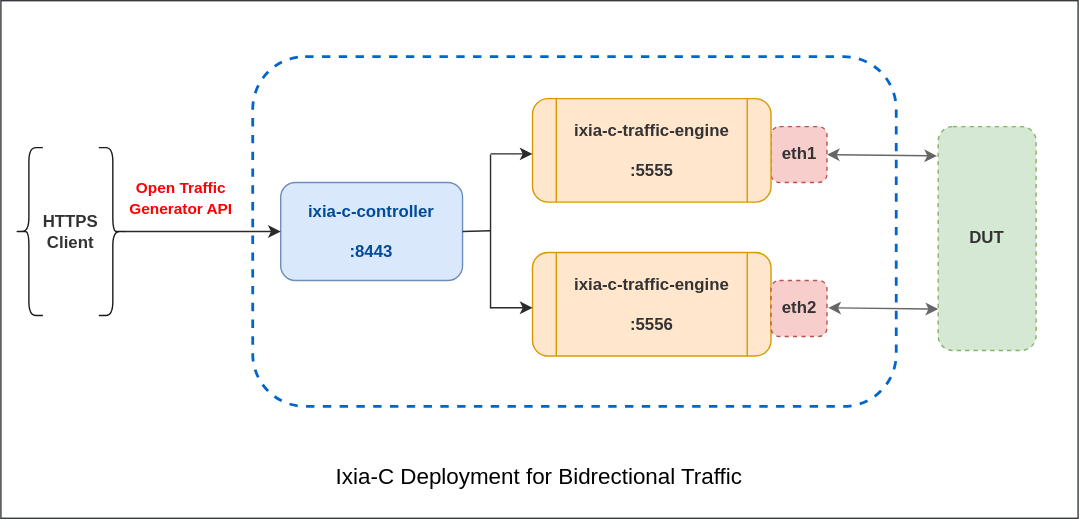
Before: docs/res/ixia-c.drawio.svg, a diagram exported from draw.io (open-traffic-generator/ixia-c). Source tidied: cells renumbered, new cells last; positions are measured from the earlier drawing's top-left corner, leaving out a move shared by most shapes. The source it was exported from:
```xml
<mxGraphModel>
  <root>
    <mxCell id="0" />
    <mxCell id="1" parent="0" />
    <mxCell id="2" style="edgeStyle=orthogonalEdgeStyle;rounded=0;orthogonalLoop=1;jettySize=auto;html=1;strokeColor=#666666;strokeWidth=1;" parent="1" edge="1">
      <mxGeometry relative="1" as="geometry">
        <mxPoint x="840" y="276" as="sourcePoint" />
      </mxGeometry>
    </mxCell>
    <mxCell id="3" style="rounded=0;whiteSpace=wrap;html=1;fillColor=#FFFFFF;strokeColor=#36393d;fontStyle=1;" parent="1" vertex="1">
      <mxGeometry width="770" height="370" as="geometry" />
    </mxCell>
    <mxCell id="4" style="rounded=1;whiteSpace=wrap;html=1;strokeWidth=2;dashed=1;strokeColor=#0066CC;fillColor=none;" parent="1" vertex="1">
      <mxGeometry x="180" y="40" width="460" height="250" as="geometry" />
    </mxCell>
    <mxCell id="5" value="&lt;font color=&quot;#333333&quot;&gt;&lt;b&gt;eth1&lt;/b&gt;&lt;br&gt;&lt;/font&gt;" style="rounded=1;whiteSpace=wrap;html=1;strokeColor=#b85450;strokeWidth=1;fillColor=#f8cecc;dashed=1;" parent="1" vertex="1">
      <mxGeometry x="550.5" y="90" width="40" height="40" as="geometry" />
    </mxCell>
    <mxCell id="6" style="endArrow=classic;startArrow=classic;html=1;strokeWidth=1;strokeColor=#666666;entryX=-0.012;entryY=0.131;entryDx=0;entryDy=0;entryPerimeter=0;" parent="1" edge="1" target="7">
      <mxGeometry relative="1" as="geometry">
        <mxPoint x="590.5" y="110" as="sourcePoint" />
      </mxGeometry>
    </mxCell>
    <mxCell id="7" value="&lt;font color=&quot;#333333&quot;&gt;&lt;b&gt;DUT&lt;/b&gt;&lt;/font&gt;" style="rounded=1;whiteSpace=wrap;html=1;fillColor=#d5e8d4;strokeColor=#82b366;dashed=1;" parent="1" vertex="1">
      <mxGeometry x="670" y="90" width="70" height="160" as="geometry" />
    </mxCell>
    <mxCell id="8" value="&lt;b&gt;&lt;font color=&quot;#004c99&quot;&gt;ixia-c-controller&lt;br&gt;&lt;br&gt;:8443&lt;br&gt;&lt;/font&gt;&lt;/b&gt;" style="rounded=1;whiteSpace=wrap;html=1;fillColor=#dae8fc;strokeColor=#6c8ebf;" parent="1" vertex="1">
      <mxGeometry x="200" y="130" width="130" height="70" as="geometry" />
    </mxCell>
    <mxCell id="9" style="shape=curlyBracket;whiteSpace=wrap;html=1;rounded=1;strokeColor=#1A1A1A;" parent="1" vertex="1">
      <mxGeometry x="10" y="105" width="20" height="120" as="geometry" />
    </mxCell>
    <mxCell id="10" style="shape=curlyBracket;whiteSpace=wrap;html=1;rounded=1;strokeColor=#1A1A1A;rotation=-180;" parent="1" vertex="1">
      <mxGeometry x="70" y="105" width="20" height="120" as="geometry" />
    </mxCell>
    <mxCell id="11" value="&lt;font color=&quot;#333333&quot;&gt;&lt;b&gt;HTTPS&lt;br&gt;Client&lt;br&gt;&lt;/b&gt;&lt;/font&gt;" style="text;html=1;strokeColor=none;fillColor=none;align=center;verticalAlign=middle;whiteSpace=wrap;rounded=0;" parent="1" vertex="1">
      <mxGeometry x="30" y="155" width="40" height="20" as="geometry" />
    </mxCell>
    <mxCell id="12" style="endArrow=classic;startArrow=none;html=1;strokeColor=#2a2a2a;fontColor=#333333;startFill=0;exitX=0.1;exitY=0.5;exitDx=0;exitDy=0;exitPerimeter=0;" parent="1" edge="1" source="10">
      <mxGeometry relative="1" as="geometry">
        <mxPoint x="200" y="165" as="targetPoint" />
      </mxGeometry>
    </mxCell>
    <mxCell id="13" value="&lt;font color=&quot;#000000&quot; style=&quot;font-size: 16px&quot;&gt;Ixia-C Deployment for Bidrectional Traffic&lt;/font&gt;" style="text;html=1;strokeColor=none;fillColor=none;align=center;verticalAlign=middle;whiteSpace=wrap;rounded=0;" parent="1" vertex="1">
      <mxGeometry x="225" y="330" width="320" height="20" as="geometry" />
    </mxCell>
    <mxCell id="14" value="&lt;font color=&quot;#333333&quot;&gt;&lt;b&gt;ixia-c-traffic-engine&lt;br&gt;&lt;br&gt;:5555&lt;br&gt;&lt;/b&gt;&lt;/font&gt;" style="shape=process;whiteSpace=wrap;html=1;backgroundOutline=1;rounded=1;strokeColor=#d79b00;strokeWidth=1;fillColor=#ffe6cc;" parent="1" vertex="1">
      <mxGeometry x="380" y="70" width="170.5" height="74" as="geometry" />
    </mxCell>
    <mxCell id="15" value="&lt;font color=&quot;#333333&quot;&gt;&lt;b&gt;ixia-c-traffic-engine&lt;br&gt;&lt;br&gt;:5556&lt;br&gt;&lt;/b&gt;&lt;/font&gt;" style="shape=process;whiteSpace=wrap;html=1;backgroundOutline=1;rounded=1;strokeColor=#d79b00;strokeWidth=1;fillColor=#ffe6cc;" parent="1" vertex="1">
      <mxGeometry x="380" y="180" width="170.5" height="74" as="geometry" />
    </mxCell>
    <mxCell id="16" value="&lt;font color=&quot;#333333&quot;&gt;&lt;b&gt;eth2&lt;/b&gt;&lt;br&gt;&lt;/font&gt;" style="rounded=1;whiteSpace=wrap;html=1;strokeColor=#b85450;strokeWidth=1;fillColor=#f8cecc;dashed=1;" parent="1" vertex="1">
      <mxGeometry x="550.5" y="200" width="40" height="40" as="geometry" />
    </mxCell>
    <mxCell id="17" style="endArrow=classic;startArrow=classic;html=1;strokeWidth=1;strokeColor=#666666;entryX=-0.012;entryY=0.131;entryDx=0;entryDy=0;entryPerimeter=0;" parent="1" edge="1">
      <mxGeometry relative="1" as="geometry">
        <mxPoint x="591.5" y="219.5" as="sourcePoint" />
        <mxPoint x="670" y="220.5" as="targetPoint" />
      </mxGeometry>
    </mxCell>
    <mxCell id="18" style="endArrow=classic;startArrow=none;html=1;strokeColor=#2a2a2a;fontColor=#333333;startFill=0;" parent="1" edge="1">
      <mxGeometry relative="1" as="geometry">
        <mxPoint x="350" y="109.5" as="sourcePoint" />
        <mxPoint x="380" y="109.5" as="targetPoint" />
      </mxGeometry>
    </mxCell>
    <mxCell id="19" style="endArrow=classic;startArrow=none;html=1;strokeColor=#2a2a2a;fontColor=#333333;startFill=0;" parent="1" edge="1">
      <mxGeometry relative="1" as="geometry">
        <mxPoint x="350" y="219.5" as="sourcePoint" />
        <mxPoint x="380" y="219.5" as="targetPoint" />
      </mxGeometry>
    </mxCell>
    <mxCell id="20" style="endArrow=none;startArrow=none;html=1;strokeColor=#2a2a2a;fontColor=#333333;startFill=0;endFill=0;" parent="1" edge="1">
      <mxGeometry relative="1" as="geometry">
        <mxPoint x="350" y="110" as="sourcePoint" />
        <mxPoint x="350" y="220" as="targetPoint" />
      </mxGeometry>
    </mxCell>
    <mxCell id="21" style="endArrow=none;startArrow=none;html=1;strokeColor=#2a2a2a;fontColor=#333333;startFill=0;endFill=0;" parent="1" edge="1">
      <mxGeometry relative="1" as="geometry">
        <mxPoint x="330" y="165" as="sourcePoint" />
        <mxPoint x="350" y="164.5" as="targetPoint" />
      </mxGeometry>
    </mxCell>
    <mxCell id="22" value="&lt;b&gt;&lt;font style=&quot;font-size: 11px&quot; color=&quot;#ff0000&quot;&gt;Open Traffic Generator API&lt;/font&gt;&lt;/b&gt;" style="text;html=1;strokeColor=none;fillColor=none;align=center;verticalAlign=middle;whiteSpace=wrap;rounded=0;" parent="1" vertex="1">
      <mxGeometry x="84" y="123" width="90" height="35" as="geometry" />
    </mxCell>
  </root>
</mxGraphModel>
```
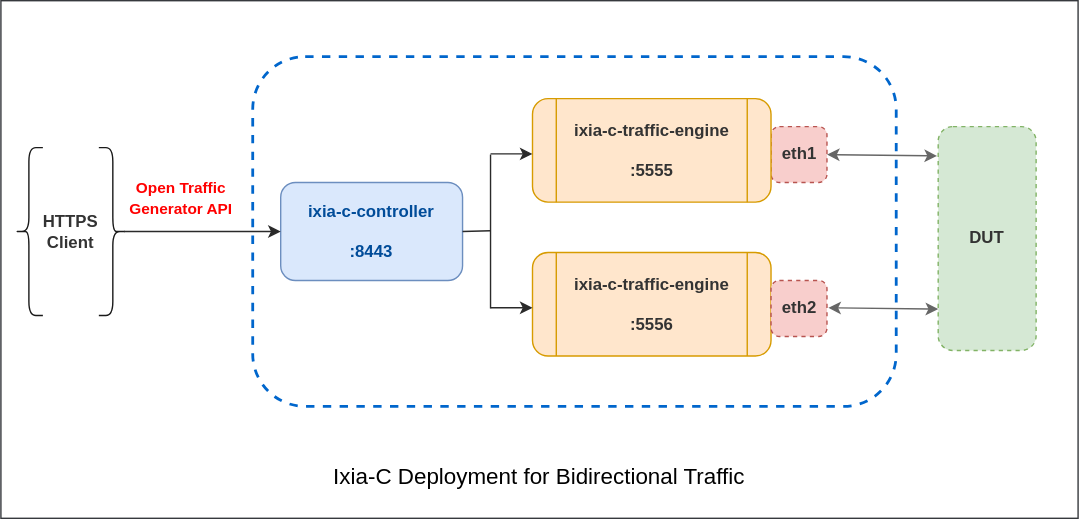
After the commit.

Commit message:
Updating Hello-snappi

Change to the diagram source:
```diff
@@ -41,7 +41,7 @@
         <mxPoint x="200" y="165" as="targetPoint" />
       </mxGeometry>
     </mxCell>
-    <mxCell id="13" value="&lt;font color=&quot;#000000&quot; style=&quot;font-size: 16px&quot;&gt;Ixia-C Deployment for Bidrectional Traffic&lt;/font&gt;" style="text;html=1;strokeColor=none;fillColor=none;align=center;verticalAlign=middle;whiteSpace=wrap;rounded=0;" parent="1" vertex="1">
+    <mxCell id="13" value="&lt;font color=&quot;#000000&quot; style=&quot;font-size: 16px&quot;&gt;Ixia-C Deployment for Bidirectional Traffic&lt;/font&gt;" style="text;html=1;strokeColor=none;fillColor=none;align=center;verticalAlign=middle;whiteSpace=wrap;rounded=0;" parent="1" vertex="1">
       <mxGeometry x="225" y="330" width="320" height="20" as="geometry" />
     </mxCell>
     <mxCell id="14" value="&lt;font color=&quot;#333333&quot;&gt;&lt;b&gt;ixia-c-traffic-engine&lt;br&gt;&lt;br&gt;:5555&lt;br&gt;&lt;/b&gt;&lt;/font&gt;" style="shape=process;whiteSpace=wrap;html=1;backgroundOutline=1;rounded=1;strokeColor=#d79b00;strokeWidth=1;fillColor=#ffe6cc;" parent="1" vertex="1">
```
